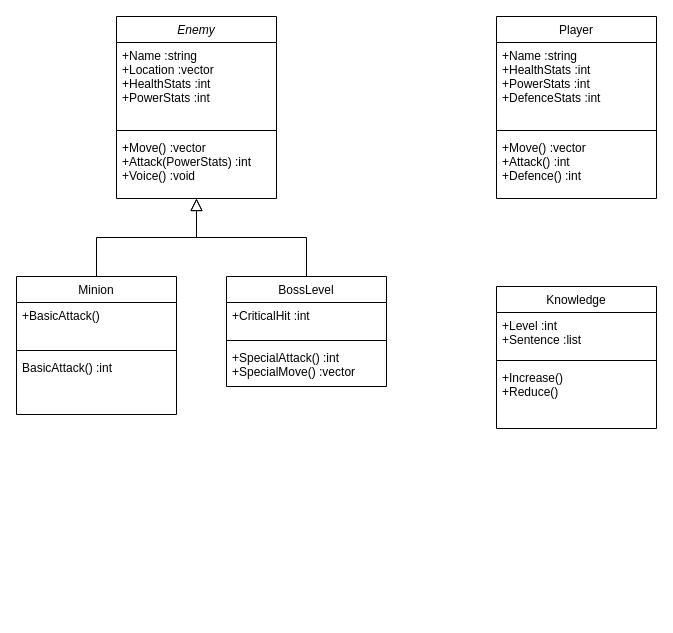
Above: class_diagram_aeg.drawio in Dexmo-7/ProjectM01 (draw.io), before the change. Source tidied: cells renumbered, new cells numbered last; positions are measured from the earlier drawing's top-left corner, leaving out a move shared by most shapes. Both pictures are drawn from the tidied source at 100%, with x=0, y=0 at pixel (16, 16).
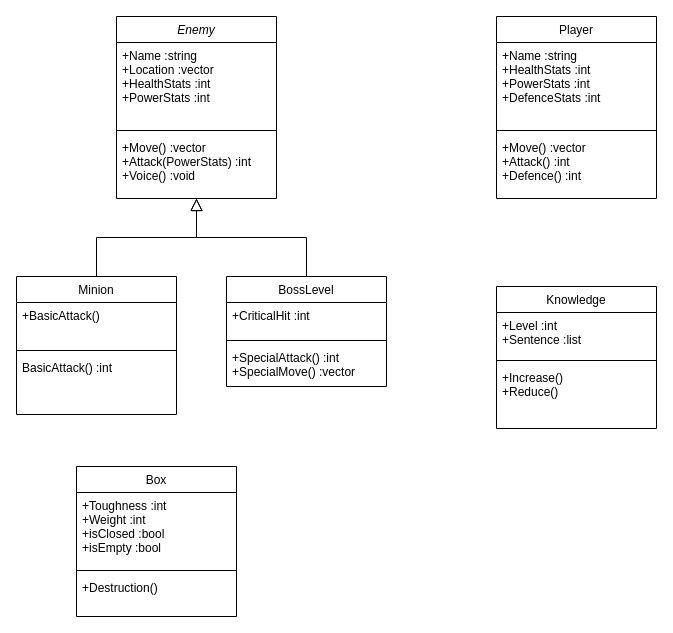
The same diagram, later.

Commit message:
Add class named 'Box'

What changed in the source:
```diff
@@
+    <mxCell id="24" value="Box" style="swimlane;fontStyle=0;align=center;verticalAlign=top;horizontal=1;startSize=26;rounded=0;shadow=0;strokeWidth=1;" parent="1" vertex="1">
+      <mxGeometry x="60" y="450" width="160" height="150" as="geometry" />
+    </mxCell>
+    <mxCell id="25" value="+Toughness :int&#10;+Weight :int&#10;+isClosed :bool&#10;+isEmpty :bool" style="text;align=left;verticalAlign=top;spacingLeft=4;spacingRight=4;overflow=hidden;" parent="24" vertex="1">
+      <mxGeometry y="26" width="160" height="74" as="geometry" />
+    </mxCell>
+    <mxCell id="26" style="line;html=1;strokeWidth=1;align=left;verticalAlign=middle;spacingTop=-1;spacingLeft=3;spacingRight=3;labelPosition=right;" parent="24" vertex="1">
+      <mxGeometry y="100" width="160" height="8" as="geometry" />
+    </mxCell>
+    <mxCell id="27" value="+Destruction()" style="text;align=left;verticalAlign=top;spacingLeft=4;spacingRight=4;overflow=hidden;" parent="24" vertex="1">
+      <mxGeometry y="108" width="160" height="40" as="geometry" />
+    </mxCell>
```
